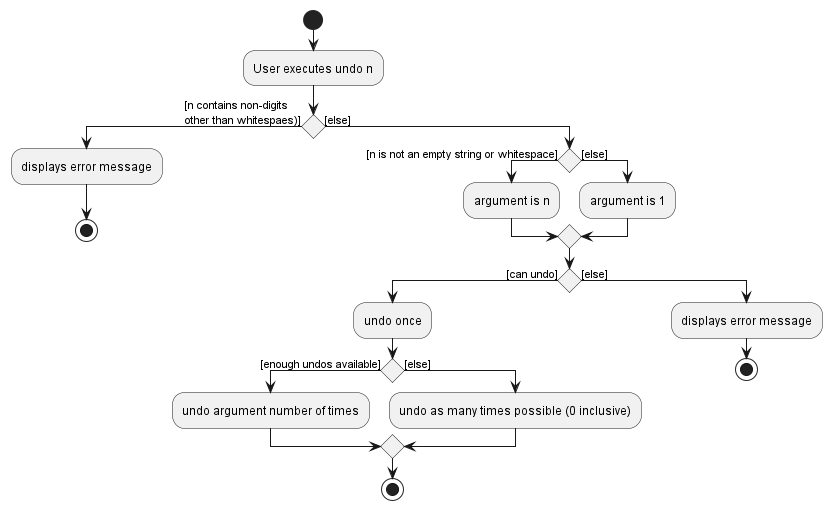
Earlier version of the PlantUML export docs/images/UndoActivityDiagram.png (nus-cs2103-AY2223S2/tp).
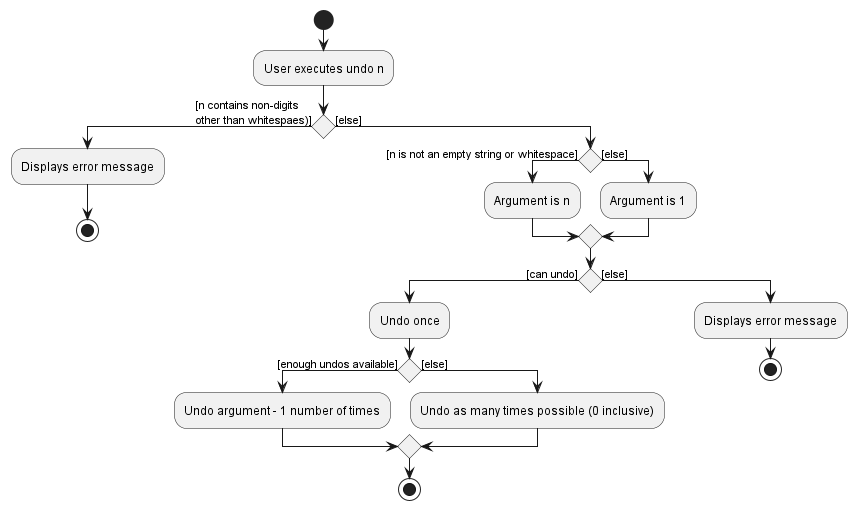
After the change.

Change to the diagram source:
```diff
@@ -3,24 +3,24 @@
 start
 :User executes undo n;
 if () then ([n contains non-digits \nother than whitespaes)])
-    :displays error message;
+    :Displays error message;
     stop
 else ([else])
     if () then ([n is not an empty string or whitespace])
-        :argument is n;
+        :Argument is n;
     else ([else])
-        :argument is 1;
+        :Argument is 1;
     endif
     if () then ([can undo])
-        :undo once;
+        :Undo once;
         if () then ([enough undos available])
-        :undo argument number of times;
+        :Undo argument - 1 number of times;
         else ([else])
-        :undo as many times possible (0 inclusive);
+        :Undo as many times possible (0 inclusive);
         endif
         stop
     else ([else])
-        :displays error message;
+        :Displays error message;
         stop
 
 
```
